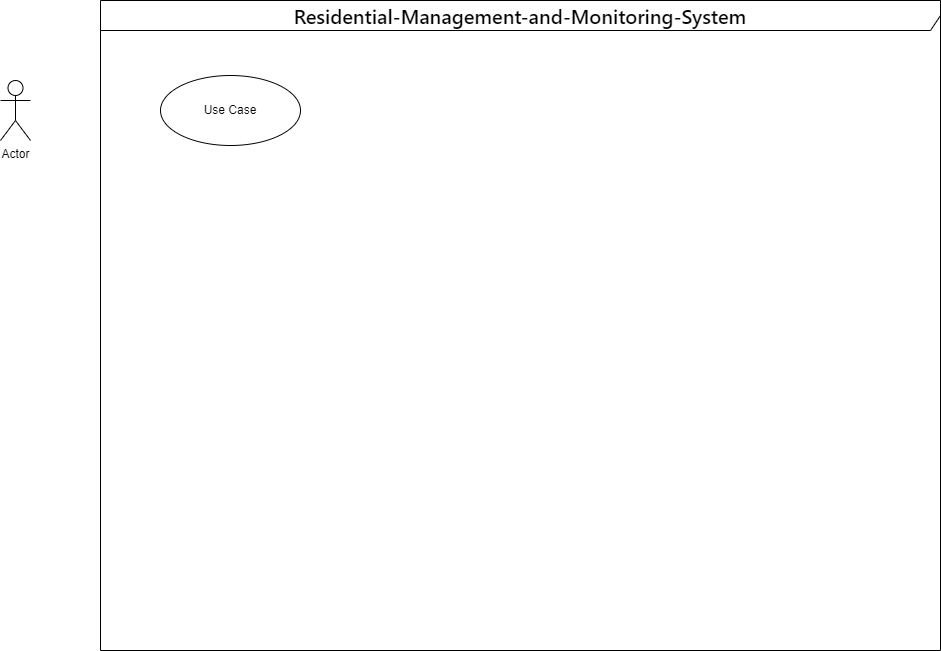
Above: UseCaseDiagram.png in toushifhossain1/Residential-Management-and-Monitoring-System (draw.io), before the change. Source tidied: cells renumbered, new cells last; positions are measured from the earlier drawing's top-left corner, leaving out a move shared by most shapes. Its diagram source:
```xml
<mxGraphModel>
  <root>
    <mxCell id="0" />
    <mxCell id="1" parent="0" />
    <mxCell id="2" value="&lt;span style=&quot;font-family: -apple-system, BlinkMacSystemFont, &amp;quot;Segoe UI&amp;quot;, &amp;quot;Noto Sans&amp;quot;, Helvetica, Arial, sans-serif, &amp;quot;Apple Color Emoji&amp;quot;, &amp;quot;Segoe UI Emoji&amp;quot;; font-size: 20px; font-weight: 600; text-align: start; background-color: rgb(255, 255, 255);&quot;&gt;Residential-Management-and-Monitoring-System&lt;/span&gt;" style="shape=umlFrame;whiteSpace=wrap;html=1;width=840;height=30;" parent="1" vertex="1">
      <mxGeometry x="100" width="840" height="650" as="geometry" />
    </mxCell>
    <mxCell id="3" value="Actor" style="shape=umlActor;verticalLabelPosition=bottom;verticalAlign=top;html=1;" parent="1" vertex="1">
      <mxGeometry y="80" width="30" height="60" as="geometry" />
    </mxCell>
    <mxCell id="4" value="Use Case" style="ellipse;whiteSpace=wrap;html=1;" parent="1" vertex="1">
      <mxGeometry x="160" y="75" width="140" height="70" as="geometry" />
    </mxCell>
  </root>
</mxGraphModel>
```
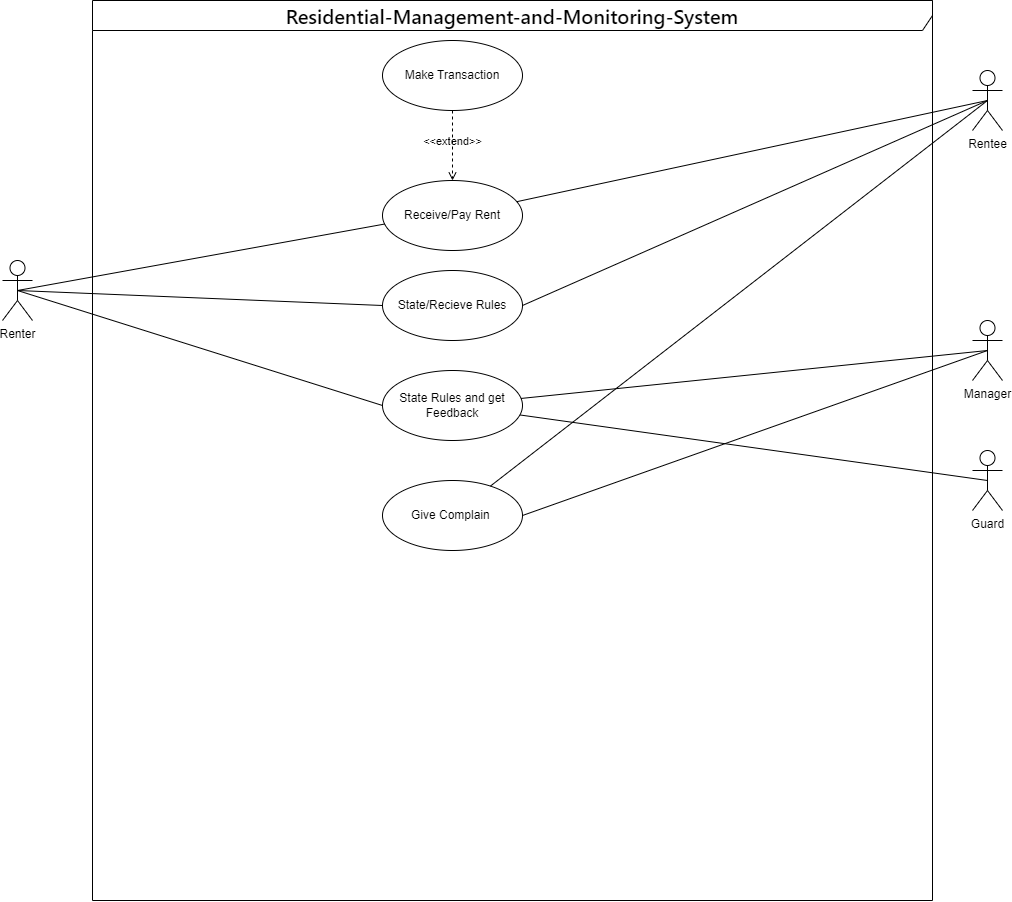
The same diagram one commit later.

The edit, as a diff of the source:
```diff
@@ -3,13 +3,64 @@
     <mxCell id="0" />
     <mxCell id="1" parent="0" />
     <mxCell id="2" value="&lt;span style=&quot;font-family: -apple-system, BlinkMacSystemFont, &amp;quot;Segoe UI&amp;quot;, &amp;quot;Noto Sans&amp;quot;, Helvetica, Arial, sans-serif, &amp;quot;Apple Color Emoji&amp;quot;, &amp;quot;Segoe UI Emoji&amp;quot;; font-size: 20px; font-weight: 600; text-align: start; background-color: rgb(255, 255, 255);&quot;&gt;Residential-Management-and-Monitoring-System&lt;/span&gt;" style="shape=umlFrame;whiteSpace=wrap;html=1;width=840;height=30;" parent="1" vertex="1">
-      <mxGeometry x="100" width="840" height="650" as="geometry" />
+      <mxGeometry x="100" width="840" height="900" as="geometry" />
     </mxCell>
-    <mxCell id="3" value="Actor" style="shape=umlActor;verticalLabelPosition=bottom;verticalAlign=top;html=1;" parent="1" vertex="1">
-      <mxGeometry y="80" width="30" height="60" as="geometry" />
+    <mxCell id="3" value="Renter" style="shape=umlActor;verticalLabelPosition=bottom;verticalAlign=top;html=1;" parent="1" vertex="1">
+      <mxGeometry x="10" y="260" width="30" height="60" as="geometry" />
     </mxCell>
-    <mxCell id="4" value="Use Case" style="ellipse;whiteSpace=wrap;html=1;" parent="1" vertex="1">
-      <mxGeometry x="160" y="75" width="140" height="70" as="geometry" />
+    <mxCell id="4" value="Receive/Pay Rent" style="ellipse;whiteSpace=wrap;html=1;" parent="1" vertex="1">
+      <mxGeometry x="390" y="180" width="140" height="70" as="geometry" />
     </mxCell>
+    <mxCell id="5" style="endArrow=none;html=1;rounded=0;entryX=0.018;entryY=0.621;entryDx=0;entryDy=0;entryPerimeter=0;exitX=0.5;exitY=0.5;exitDx=0;exitDy=0;exitPerimeter=0;" parent="1" edge="1" source="3" target="4">
+      <mxGeometry relative="1" as="geometry" />
+    </mxCell>
+    <mxCell id="6" value="State/Recieve Rules" style="ellipse;whiteSpace=wrap;html=1;" parent="1" vertex="1">
+      <mxGeometry x="390" y="270" width="140" height="70" as="geometry" />
+    </mxCell>
+    <mxCell id="7" style="endArrow=none;html=1;rounded=0;entryX=0;entryY=0.5;entryDx=0;entryDy=0;exitX=0.5;exitY=0.5;exitDx=0;exitDy=0;exitPerimeter=0;" parent="1" edge="1" source="3" target="6">
+      <mxGeometry relative="1" as="geometry" />
+    </mxCell>
+    <mxCell id="8" value="Rentee" style="shape=umlActor;verticalLabelPosition=bottom;verticalAlign=top;html=1;" parent="1" vertex="1">
+      <mxGeometry x="980" y="70" width="30" height="60" as="geometry" />
+    </mxCell>
+    <mxCell id="9" style="endArrow=none;html=1;rounded=0;entryX=0.5;entryY=0.5;entryDx=0;entryDy=0;entryPerimeter=0;" parent="1" edge="1" source="4" target="8">
+      <mxGeometry relative="1" as="geometry" />
+    </mxCell>
+    <mxCell id="10" style="endArrow=none;html=1;rounded=0;exitX=1;exitY=0.5;exitDx=0;exitDy=0;entryX=0.5;entryY=0.5;entryDx=0;entryDy=0;entryPerimeter=0;" parent="1" edge="1" source="6" target="8">
+      <mxGeometry relative="1" as="geometry" />
+    </mxCell>
+    <mxCell id="11" value="Make Transaction" style="ellipse;whiteSpace=wrap;html=1;" parent="1" vertex="1">
+      <mxGeometry x="390" y="40" width="140" height="70" as="geometry" />
+    </mxCell>
+    <mxCell id="12" value="&amp;lt;&amp;lt;extend&amp;gt;&amp;gt;" style="html=1;verticalAlign=bottom;labelBackgroundColor=none;endArrow=open;endFill=0;dashed=1;rounded=0;exitX=0.5;exitY=1;exitDx=0;exitDy=0;entryX=0.5;entryY=0;entryDx=0;entryDy=0;" parent="1" edge="1" source="11" target="4">
+      <mxGeometry x="0.14" relative="1" as="geometry" />
+    </mxCell>
+    <mxCell id="13" value="State Rules and get Feedback" style="ellipse;whiteSpace=wrap;html=1;" parent="1" vertex="1">
+      <mxGeometry x="390" y="370" width="140" height="70" as="geometry" />
+    </mxCell>
+    <mxCell id="14" value="Manager" style="shape=umlActor;verticalLabelPosition=bottom;verticalAlign=top;html=1;" parent="1" vertex="1">
+      <mxGeometry x="980" y="320" width="30" height="60" as="geometry" />
+    </mxCell>
+    <mxCell id="15" value="Guard" style="shape=umlActor;verticalLabelPosition=bottom;verticalAlign=top;html=1;" parent="1" vertex="1">
+      <mxGeometry x="980" y="450" width="30" height="60" as="geometry" />
+    </mxCell>
+    <mxCell id="16" style="endArrow=none;html=1;rounded=0;entryX=0;entryY=0.5;entryDx=0;entryDy=0;exitX=0.5;exitY=0.5;exitDx=0;exitDy=0;exitPerimeter=0;" parent="1" edge="1" source="3" target="13">
+      <mxGeometry relative="1" as="geometry" />
+    </mxCell>
+    <mxCell id="17" style="endArrow=none;html=1;rounded=0;entryX=0.5;entryY=0.5;entryDx=0;entryDy=0;entryPerimeter=0;" parent="1" edge="1" source="13" target="14">
+      <mxGeometry relative="1" as="geometry" />
+    </mxCell>
+    <mxCell id="18" style="endArrow=none;html=1;rounded=0;entryX=0.5;entryY=0.5;entryDx=0;entryDy=0;entryPerimeter=0;" parent="1" edge="1" source="13" target="15">
+      <mxGeometry relative="1" as="geometry" />
+    </mxCell>
+    <mxCell id="19" value="Give Complain&amp;nbsp;" style="ellipse;whiteSpace=wrap;html=1;" parent="1" vertex="1">
+      <mxGeometry x="390" y="480" width="140" height="70" as="geometry" />
+    </mxCell>
+    <mxCell id="20" style="endArrow=none;html=1;rounded=0;entryX=0.5;entryY=0.5;entryDx=0;entryDy=0;entryPerimeter=0;" parent="1" edge="1" source="19" target="8">
+      <mxGeometry relative="1" as="geometry" />
+    </mxCell>
+    <mxCell id="21" style="endArrow=none;html=1;rounded=0;entryX=0.5;entryY=0.5;entryDx=0;entryDy=0;entryPerimeter=0;exitX=1;exitY=0.5;exitDx=0;exitDy=0;" parent="1" edge="1" source="19" target="14">
+      <mxGeometry relative="1" as="geometry" />
+    </mxCell>
   </root>
 </mxGraphModel>
```
